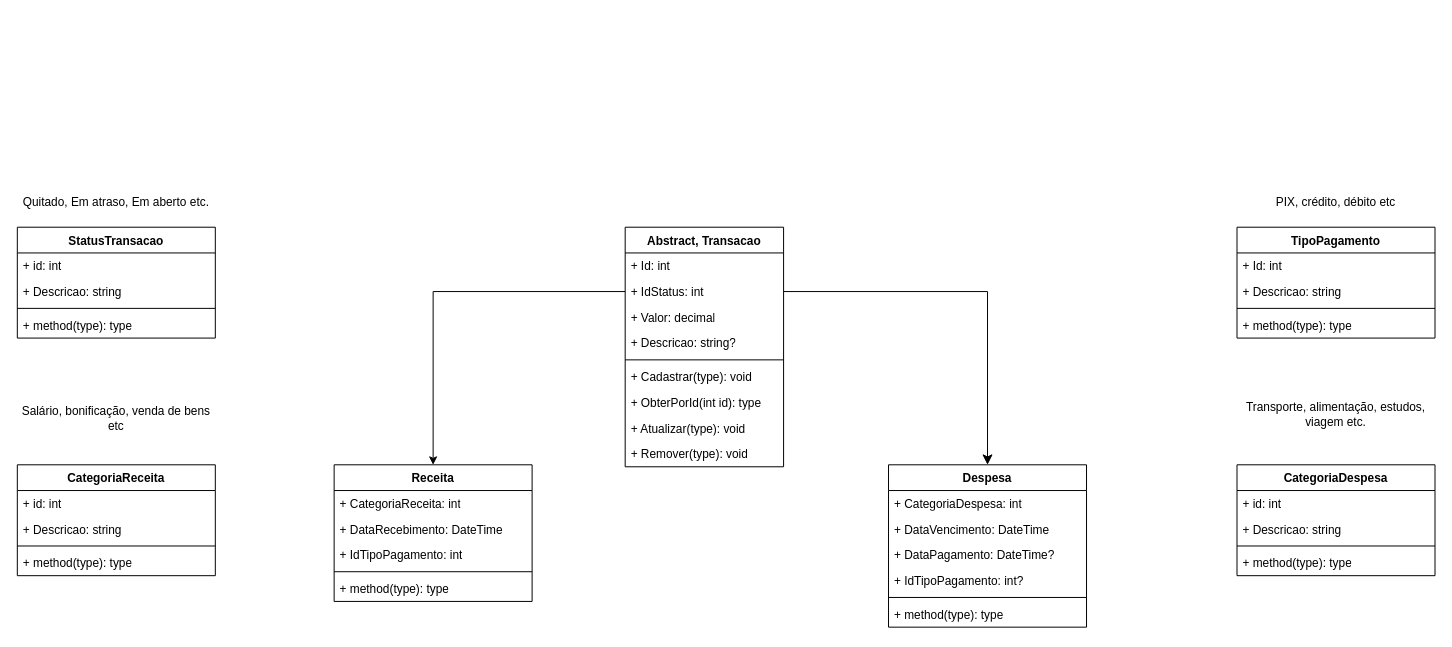
NicolasFischer2002/SistemaFinanceiro keeps this draw.io diagram as Diagrama de classes.drawio. Above is the earlier version. Source tidied: cells renumbered, new cells numbered last; positions are measured from the earlier drawing's top-left corner, leaving out a move shared by most shapes. Both pictures are drawn from the tidied source at 99%, with x=0, y=0 at pixel (17, 187).
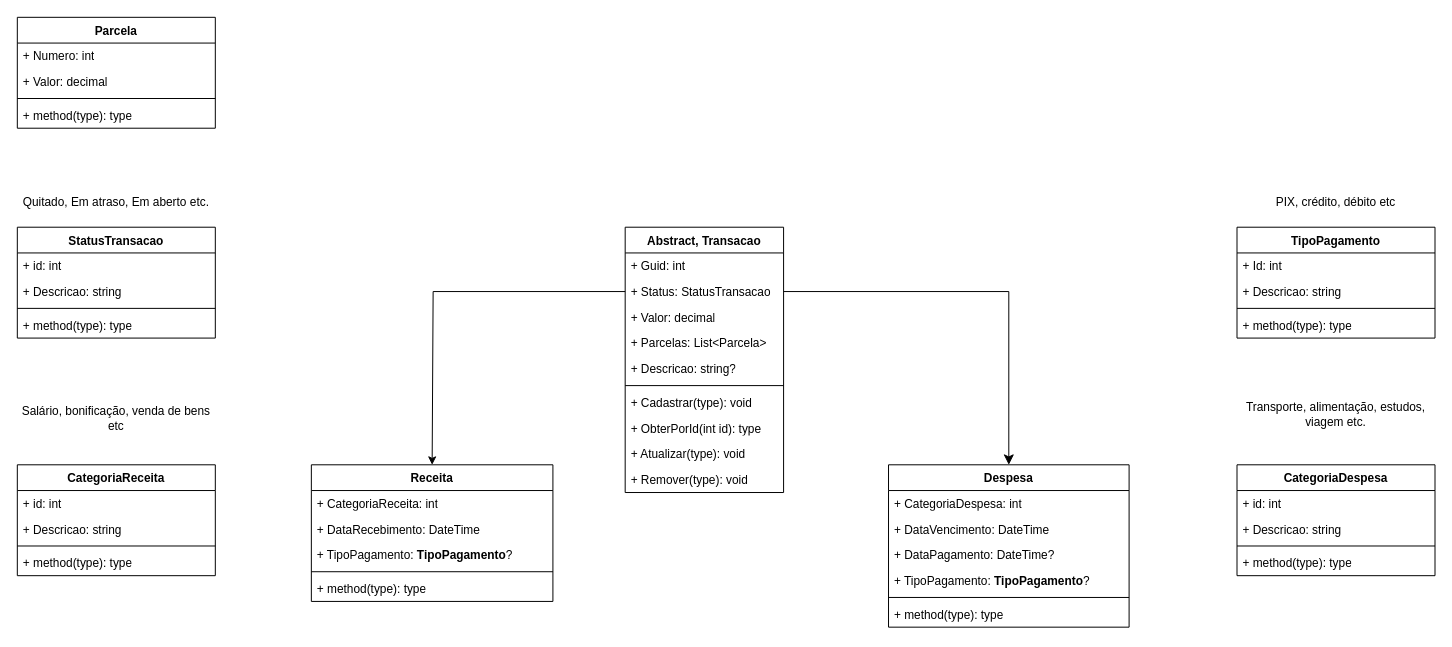
The same diagram, later.

What changed in the source:
```diff
@@
     <mxCell id="2" value="Abstract, Transacao" style="swimlane;fontStyle=1;align=center;verticalAlign=top;horizontal=1;startSize=26;whiteSpace=wrap;html=1;" parent="1" vertex="1">
-      <mxGeometry x="614" y="40" width="160" height="242" as="geometry" />
+      <mxGeometry x="614" y="40" width="160" height="268" as="geometry" />
     </mxCell>
-    <mxCell id="3" value="+ Id: int&lt;div&gt;&lt;br&gt;&lt;/div&gt;" style="text;strokeColor=none;fillColor=none;align=left;verticalAlign=top;spacingLeft=4;spacingRight=4;overflow=hidden;whiteSpace=wrap;html=1;" parent="2" vertex="1">
+    <mxCell id="3" value="+ Guid: int&lt;div&gt;&lt;br&gt;&lt;/div&gt;" style="text;strokeColor=none;fillColor=none;align=left;verticalAlign=top;spacingLeft=4;spacingRight=4;overflow=hidden;whiteSpace=wrap;html=1;" parent="2" vertex="1">
       <mxGeometry y="26" width="160" height="26" as="geometry" />
     </mxCell>
-    <mxCell id="4" value="+ IdStatus: int" style="text;strokeColor=none;fillColor=none;align=left;verticalAlign=top;spacingLeft=4;spacingRight=4;overflow=hidden;points=[[0,0.5],[1,0.5]];portConstraint=eastwest;whiteSpace=wrap;html=1;" parent="2" vertex="1">
+    <mxCell id="4" value="+ Status: StatusTransacao" style="text;strokeColor=none;fillColor=none;align=left;verticalAlign=top;spacingLeft=4;spacingRight=4;overflow=hidden;points=[[0,0.5],[1,0.5]];portConstraint=eastwest;whiteSpace=wrap;html=1;" parent="2" vertex="1">
       <mxGeometry y="52" width="160" height="26" as="geometry" />
     </mxCell>
@@
+    <mxCell id="51" value="+ Parcelas: List&amp;lt;Parcela&amp;gt;&amp;nbsp;" style="text;strokeColor=none;fillColor=none;align=left;verticalAlign=top;spacingLeft=4;spacingRight=4;overflow=hidden;whiteSpace=wrap;html=1;" parent="2" vertex="1">
+      <mxGeometry y="104" width="160" height="26" as="geometry" />
+    </mxCell>
     <mxCell id="6" value="+ Descricao: string?" style="text;strokeColor=none;fillColor=none;align=left;verticalAlign=top;spacingLeft=4;spacingRight=4;overflow=hidden;whiteSpace=wrap;html=1;" parent="2" vertex="1">
-      <mxGeometry y="104" width="160" height="26" as="geometry" />
+      <mxGeometry y="130" width="160" height="26" as="geometry" />
     </mxCell>
     <mxCell id="7" style="line;strokeWidth=1;fillColor=none;align=left;verticalAlign=middle;spacingTop=-1;spacingLeft=3;spacingRight=3;labelPosition=right;strokeColor=inherit;" parent="2" vertex="1">
-      <mxGeometry y="130" width="160" height="8" as="geometry" />
+      <mxGeometry y="156" width="160" height="8" as="geometry" />
     </mxCell>
     <mxCell id="8" value="+ Cadastrar(type): void" style="text;strokeColor=none;fillColor=none;align=left;verticalAlign=top;spacingLeft=4;spacingRight=4;overflow=hidden;whiteSpace=wrap;html=1;" parent="2" vertex="1">
-      <mxGeometry y="138" width="160" height="26" as="geometry" />
+      <mxGeometry y="164" width="160" height="26" as="geometry" />
     </mxCell>
     <mxCell id="9" value="+ ObterPorId(int id): type" style="text;strokeColor=none;fillColor=none;align=left;verticalAlign=top;spacingLeft=4;spacingRight=4;overflow=hidden;whiteSpace=wrap;html=1;" parent="2" vertex="1">
-      <mxGeometry y="164" width="160" height="26" as="geometry" />
+      <mxGeometry y="190" width="160" height="26" as="geometry" />
     </mxCell>
     <mxCell id="10" value="+ Atualizar(type): void" style="text;strokeColor=none;fillColor=none;align=left;verticalAlign=top;spacingLeft=4;spacingRight=4;overflow=hidden;whiteSpace=wrap;html=1;" parent="2" vertex="1">
-      <mxGeometry y="190" width="160" height="26" as="geometry" />
+      <mxGeometry y="216" width="160" height="26" as="geometry" />
     </mxCell>
     <mxCell id="11" value="+ Remover(type): void" style="text;strokeColor=none;fillColor=none;align=left;verticalAlign=top;spacingLeft=4;spacingRight=4;overflow=hidden;whiteSpace=wrap;html=1;" parent="2" vertex="1">
-      <mxGeometry y="216" width="160" height="26" as="geometry" />
+      <mxGeometry y="242" width="160" height="26" as="geometry" />
     </mxCell>
     <mxCell id="12" value="Receita" style="swimlane;fontStyle=1;align=center;verticalAlign=top;horizontal=1;startSize=26;whiteSpace=wrap;html=1;" parent="1" vertex="1">
-      <mxGeometry x="320" y="280" width="200" height="138" as="geometry" />
+      <mxGeometry x="297" y="280" width="244" height="138" as="geometry" />
     </mxCell>
     <mxCell id="13" value="+ CategoriaReceita: int" style="text;strokeColor=none;fillColor=none;align=left;verticalAlign=top;spacingLeft=4;spacingRight=4;overflow=hidden;whiteSpace=wrap;html=1;" parent="12" vertex="1">
-      <mxGeometry y="26" width="200" height="26" as="geometry" />
+      <mxGeometry y="26" width="244" height="26" as="geometry" />
     </mxCell>
     <mxCell id="14" value="+ DataRecebimento: DateTime&lt;div&gt;&lt;br&gt;&lt;/div&gt;" style="text;strokeColor=none;fillColor=none;align=left;verticalAlign=top;spacingLeft=4;spacingRight=4;overflow=hidden;whiteSpace=wrap;html=1;" parent="12" vertex="1">
-      <mxGeometry y="52" width="200" height="26" as="geometry" />
+      <mxGeometry y="52" width="244" height="26" as="geometry" />
     </mxCell>
-    <mxCell id="15" value="+ IdTipoPagamento: int&lt;div&gt;&lt;br&gt;&lt;/div&gt;" style="text;strokeColor=none;fillColor=none;align=left;verticalAlign=top;spacingLeft=4;spacingRight=4;overflow=hidden;whiteSpace=wrap;html=1;" parent="12" vertex="1">
-      <mxGeometry y="78" width="200" height="26" as="geometry" />
+    <mxCell id="15" value="&lt;div&gt;+ TipoPagamento:&amp;nbsp;&lt;span style=&quot;font-weight: 700; text-align: center;&quot;&gt;TipoPagamento&lt;/span&gt;?&lt;div&gt;&lt;br&gt;&lt;/div&gt;&lt;/div&gt;" style="text;strokeColor=none;fillColor=none;align=left;verticalAlign=top;spacingLeft=4;spacingRight=4;overflow=hidden;whiteSpace=wrap;html=1;" parent="12" vertex="1">
+      <mxGeometry y="78" width="244" height="26" as="geometry" />
     </mxCell>
     <mxCell id="16" style="line;strokeWidth=1;fillColor=none;align=left;verticalAlign=middle;spacingTop=-1;spacingLeft=3;spacingRight=3;labelPosition=right;strokeColor=inherit;" parent="12" vertex="1">
-      <mxGeometry y="104" width="200" height="8" as="geometry" />
+      <mxGeometry y="104" width="244" height="8" as="geometry" />
     </mxCell>
     <mxCell id="17" value="+ method(type): type" style="text;strokeColor=none;fillColor=none;align=left;verticalAlign=top;spacingLeft=4;spacingRight=4;overflow=hidden;whiteSpace=wrap;html=1;" parent="12" vertex="1">
-      <mxGeometry y="112" width="200" height="26" as="geometry" />
+      <mxGeometry y="112" width="244" height="26" as="geometry" />
     </mxCell>
     <mxCell id="18" value="Despesa" style="swimlane;fontStyle=1;align=center;verticalAlign=top;horizontal=1;startSize=26;whiteSpace=wrap;html=1;" parent="1" vertex="1">
-      <mxGeometry x="880" y="280" width="200" height="164" as="geometry" />
+      <mxGeometry x="880" y="280" width="243" height="164" as="geometry" />
     </mxCell>
     <mxCell id="19" value="+ CategoriaDespesa: int" style="text;strokeColor=none;fillColor=none;align=left;verticalAlign=top;spacingLeft=4;spacingRight=4;overflow=hidden;whiteSpace=wrap;html=1;" parent="18" vertex="1">
-      <mxGeometry y="26" width="200" height="26" as="geometry" />
+      <mxGeometry y="26" width="243" height="26" as="geometry" />
     </mxCell>
     <mxCell id="20" value="+ DataVencimento: DateTime&lt;div&gt;&lt;br&gt;&lt;/div&gt;" style="text;strokeColor=none;fillColor=none;align=left;verticalAlign=top;spacingLeft=4;spacingRight=4;overflow=hidden;whiteSpace=wrap;html=1;" parent="18" vertex="1">
-      <mxGeometry y="52" width="200" height="26" as="geometry" />
+      <mxGeometry y="52" width="243" height="26" as="geometry" />
     </mxCell>
     <mxCell id="21" value="+ DataPagamento: DateTime?&lt;div&gt;&lt;br&gt;&lt;/div&gt;" style="text;strokeColor=none;fillColor=none;align=left;verticalAlign=top;spacingLeft=4;spacingRight=4;overflow=hidden;whiteSpace=wrap;html=1;" parent="18" vertex="1">
-      <mxGeometry y="78" width="200" height="26" as="geometry" />
+      <mxGeometry y="78" width="243" height="26" as="geometry" />
     </mxCell>
-    <mxCell id="22" value="+ IdTipoPagamento: int?&lt;div&gt;&lt;br&gt;&lt;/div&gt;" style="text;strokeColor=none;fillColor=none;align=left;verticalAlign=top;spacingLeft=4;spacingRight=4;overflow=hidden;whiteSpace=wrap;html=1;" parent="18" vertex="1">
-      <mxGeometry y="104" width="200" height="26" as="geometry" />
+    <mxCell id="22" value="+ TipoPagamento:&amp;nbsp;&lt;span style=&quot;font-weight: 700; text-align: center;&quot;&gt;TipoPagamento&lt;/span&gt;?&lt;div&gt;&lt;br&gt;&lt;/div&gt;" style="text;strokeColor=none;fillColor=none;align=left;verticalAlign=top;spacingLeft=4;spacingRight=4;overflow=hidden;whiteSpace=wrap;html=1;" parent="18" vertex="1">
+      <mxGeometry y="104" width="243" height="26" as="geometry" />
     </mxCell>
     <mxCell id="23" style="line;strokeWidth=1;fillColor=none;align=left;verticalAlign=middle;spacingTop=-1;spacingLeft=3;spacingRight=3;labelPosition=right;strokeColor=inherit;" parent="18" vertex="1">
-      <mxGeometry y="130" width="200" height="8" as="geometry" />
+      <mxGeometry y="130" width="243" height="8" as="geometry" />
     </mxCell>
     <mxCell id="24" value="+ method(type): type" style="text;strokeColor=none;fillColor=none;align=left;verticalAlign=top;spacingLeft=4;spacingRight=4;overflow=hidden;whiteSpace=wrap;html=1;" parent="18" vertex="1">
-      <mxGeometry y="138" width="200" height="26" as="geometry" />
+      <mxGeometry y="138" width="243" height="26" as="geometry" />
     </mxCell>
@@
+    <mxCell id="52" value="Parcela" style="swimlane;fontStyle=1;align=center;verticalAlign=top;horizontal=1;startSize=26;whiteSpace=wrap;html=1;" parent="1" vertex="1">
+      <mxGeometry y="-172" width="200" height="112" as="geometry" />
+    </mxCell>
+    <mxCell id="53" value="+ Numero: int&lt;div&gt;&lt;br&gt;&lt;/div&gt;" style="text;strokeColor=none;fillColor=none;align=left;verticalAlign=top;spacingLeft=4;spacingRight=4;overflow=hidden;whiteSpace=wrap;html=1;" parent="52" vertex="1">
+      <mxGeometry y="26" width="200" height="26" as="geometry" />
+    </mxCell>
+    <mxCell id="54" value="+ Valor: decimal&lt;div&gt;&lt;br&gt;&lt;/div&gt;" style="text;strokeColor=none;fillColor=none;align=left;verticalAlign=top;spacingLeft=4;spacingRight=4;overflow=hidden;whiteSpace=wrap;html=1;" parent="52" vertex="1">
+      <mxGeometry y="52" width="200" height="26" as="geometry" />
+    </mxCell>
+    <mxCell id="55" style="line;strokeWidth=1;fillColor=none;align=left;verticalAlign=middle;spacingTop=-1;spacingLeft=3;spacingRight=3;labelPosition=right;strokeColor=inherit;" parent="52" vertex="1">
+      <mxGeometry y="78" width="200" height="8" as="geometry" />
+    </mxCell>
+    <mxCell id="56" value="+ method(type): type" style="text;strokeColor=none;fillColor=none;align=left;verticalAlign=top;spacingLeft=4;spacingRight=4;overflow=hidden;whiteSpace=wrap;html=1;" parent="52" vertex="1">
+      <mxGeometry y="86" width="200" height="26" as="geometry" />
+    </mxCell>
```
